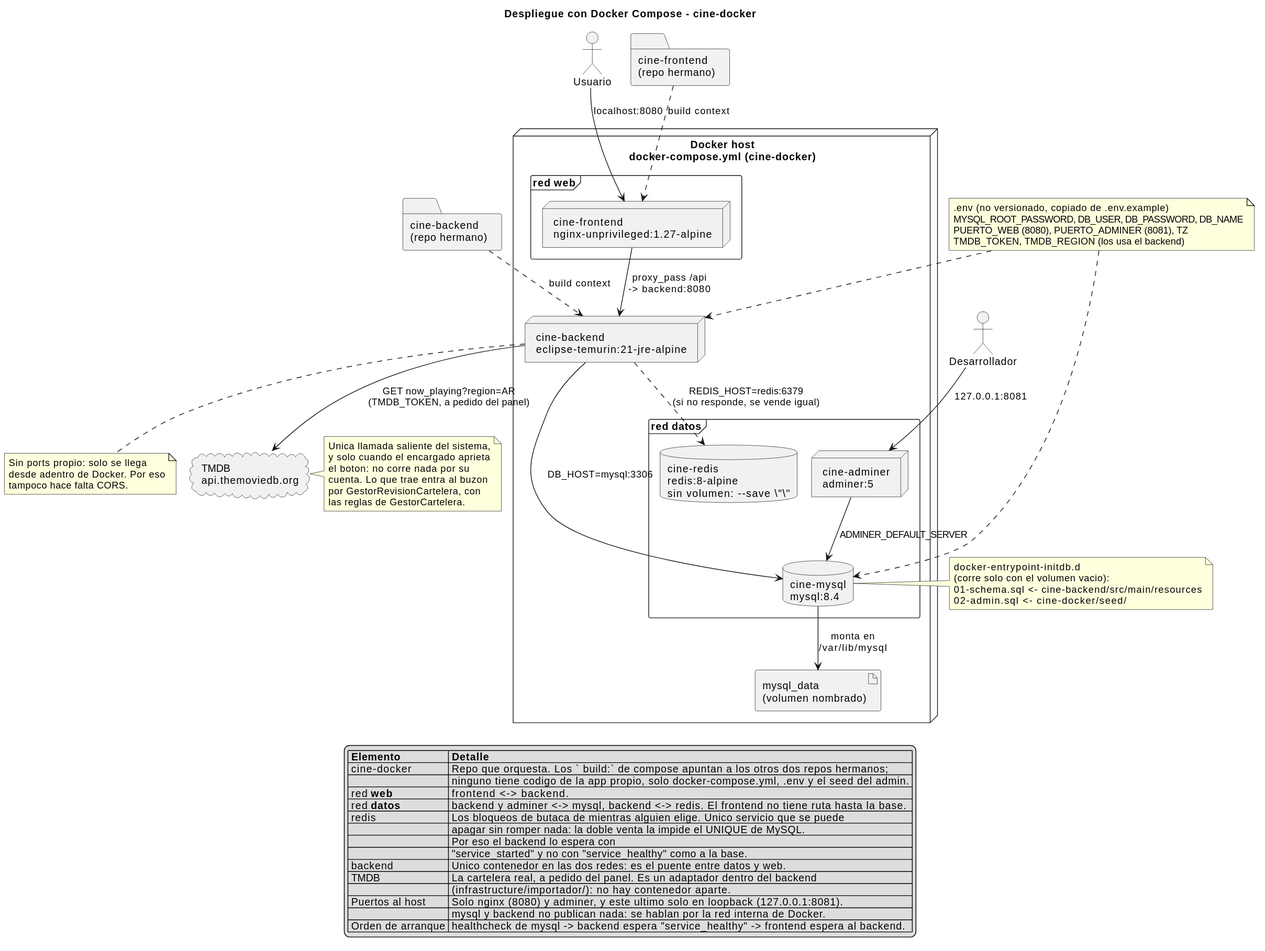
andreiveisuade/cine-uade keeps this PlantUML diagram as cine-backend/docs/diagramas/docker-despliegue.svg. Above is the earlier version. Source of this version:
```plantuml
@startuml
title Despliegue con Docker Compose - cine-docker

skinparam nodesep 20
skinparam ranksep 45

actor "Usuario" as usuario

folder "cine-frontend\n(repo hermano)" as repoFrontend
folder "cine-backend\n(repo hermano)" as repoBackend

node "Docker host\ndocker-compose.yml (cine-docker)" {
  frame "red **web**" {
    node "cine-frontend\nnginx-unprivileged:1.27-alpine" as frontend
  }

  node "cine-backend\neclipse-temurin:21-jre-alpine" as backend

  frame "red **datos**" {
    database "cine-mysql\nmysql:8.4" as mysql
    database "cine-redis\nredis:8-alpine\nsin volumen: --save \"\"" as redis
    node "cine-adminer\nadminer:5" as adminer
  }

  artifact "mysql_data\n(volumen nombrado)" as vol
}

actor "Desarrollador" as dev
cloud "TMDB\napi.themoviedb.org" as tmdb

repoFrontend .down.> frontend : build context
repoBackend .down.> backend : build context

usuario --> frontend : "localhost:8080"
dev --> adminer : "127.0.0.1:8081"

frontend --> backend : proxy_pass /api\n-> backend:8080
backend --> tmdb : GET now_playing?region=AR\n(TMDB_TOKEN, a pedido del panel)
backend --> mysql : DB_HOST=mysql:3306
backend ..> redis : REDIS_HOST=redis:6379\n(si no responde, se vende igual)
adminer --> mysql : ADMINER_DEFAULT_SERVER
mysql --> vol : monta en\n/var/lib/mysql

note right of mysql
  docker-entrypoint-initdb.d
  (corre solo con el volumen vacio):
  01-schema.sql <- cine-backend/src/main/resources
  02-admin.sql  <- cine-docker/seed/
end note

note bottom of backend
  Sin ports propio: solo se llega
  desde adentro de Docker. Por eso
  tampoco hace falta CORS.
end note

note right of tmdb
  Unica llamada saliente del sistema,
  y solo cuando el encargado aprieta
  el boton: no corre nada por su
  cuenta. Lo que trae entra al buzon
  por GestorRevisionCartelera, con
  las reglas de GestorCartelera.
end note

note as envNote
  .env (no versionado, copiado de .env.example)
  MYSQL_ROOT_PASSWORD, DB_USER, DB_PASSWORD, DB_NAME
  PUERTO_WEB (8080), PUERTO_ADMINER (8081), TZ
  TMDB_TOKEN, TMDB_REGION (los usa el backend)
end note
envNote ..> mysql
envNote ..> backend

legend bottom
  |= Elemento |= Detalle |
  | cine-docker | Repo que orquesta. Los ` build:` de compose apuntan a los otros dos repos hermanos; |
  |  | ninguno tiene codigo de la app propio, solo docker-compose.yml, .env y el seed del admin. |
  | red **web** | frontend <-> backend. |
  | red **datos** | backend y adminer <-> mysql, backend <-> redis. El frontend no tiene ruta hasta la base. |
  | redis | Los bloqueos de butaca de mientras alguien elige. Unico servicio que se puede |
  |  | apagar sin romper nada: la doble venta la impide el UNIQUE de MySQL. |
  |  | Por eso el backend lo espera con |
  |  | "service_started" y no con "service_healthy" como a la base. |
  | backend | Unico contenedor en las dos redes: es el puente entre datos y web. |
  | TMDB | La cartelera real, a pedido del panel. Es un adaptador dentro del backend |
  |  | (infrastructure/importador/): no hay contenedor aparte. |
  | Puertos al host | Solo nginx (8080) y adminer, y este ultimo solo en loopback (127.0.0.1:8081). |
  |  | mysql y backend no publican nada: se hablan por la red interna de Docker. |
  | Orden de arranque | healthcheck de mysql -> backend espera "service_healthy" -> frontend espera al backend. |
endlegend
@enduml
```
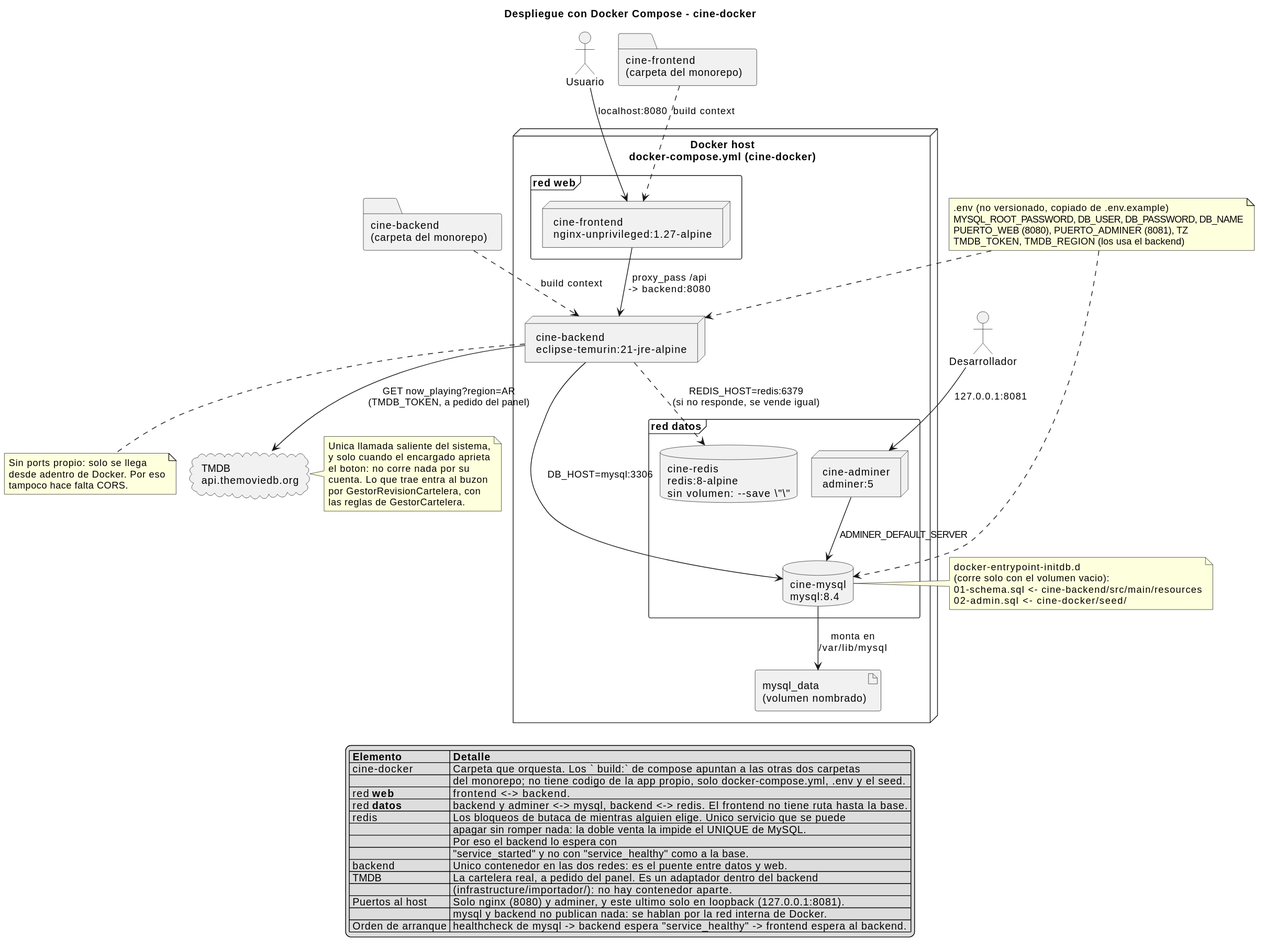
Later version of the same file.

Commit message:
docs: arranque en docker paso a paso y diagrama del orden

What changed in the source:
```diff
@@ -6,8 +6,8 @@
 
 actor "Usuario" as usuario
 
-folder "cine-frontend\n(repo hermano)" as repoFrontend
-folder "cine-backend\n(repo hermano)" as repoBackend
+folder "cine-frontend\n(carpeta del monorepo)" as repoFrontend
+folder "cine-backend\n(carpeta del monorepo)" as repoBackend
 
 node "Docker host\ndocker-compose.yml (cine-docker)" {
   frame "red **web**" {
@@ -74,8 +74,8 @@
 
 legend bottom
   |= Elemento |= Detalle |
-  | cine-docker | Repo que orquesta. Los ` build:` de compose apuntan a los otros dos repos hermanos; |
-  |  | ninguno tiene codigo de la app propio, solo docker-compose.yml, .env y el seed del admin. |
+  | cine-docker | Carpeta que orquesta. Los ` build:` de compose apuntan a las otras dos carpetas |
+  |  | del monorepo; no tiene codigo de la app propio, solo docker-compose.yml, .env y el seed. |
   | red **web** | frontend <-> backend. |
   | red **datos** | backend y adminer <-> mysql, backend <-> redis. El frontend no tiene ruta hasta la base. |
   | redis | Los bloqueos de butaca de mientras alguien elige. Unico servicio que se puede |
```
